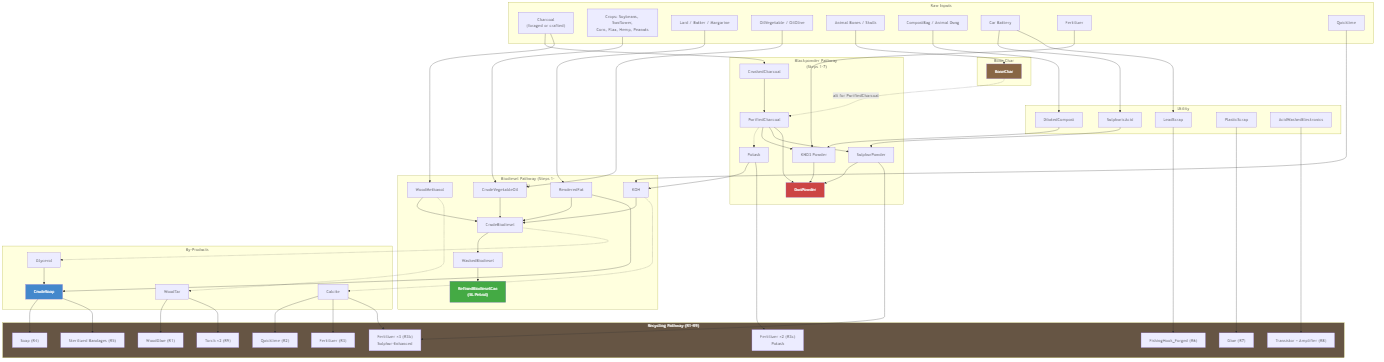
Earlier version of the Mermaid export docs/images/recipe-overview.png (phobos-dthorga/mod-pz-chemistry-pathways). Its source is kept beside it as docs/mermaid-src/recipe-overview.mmd.
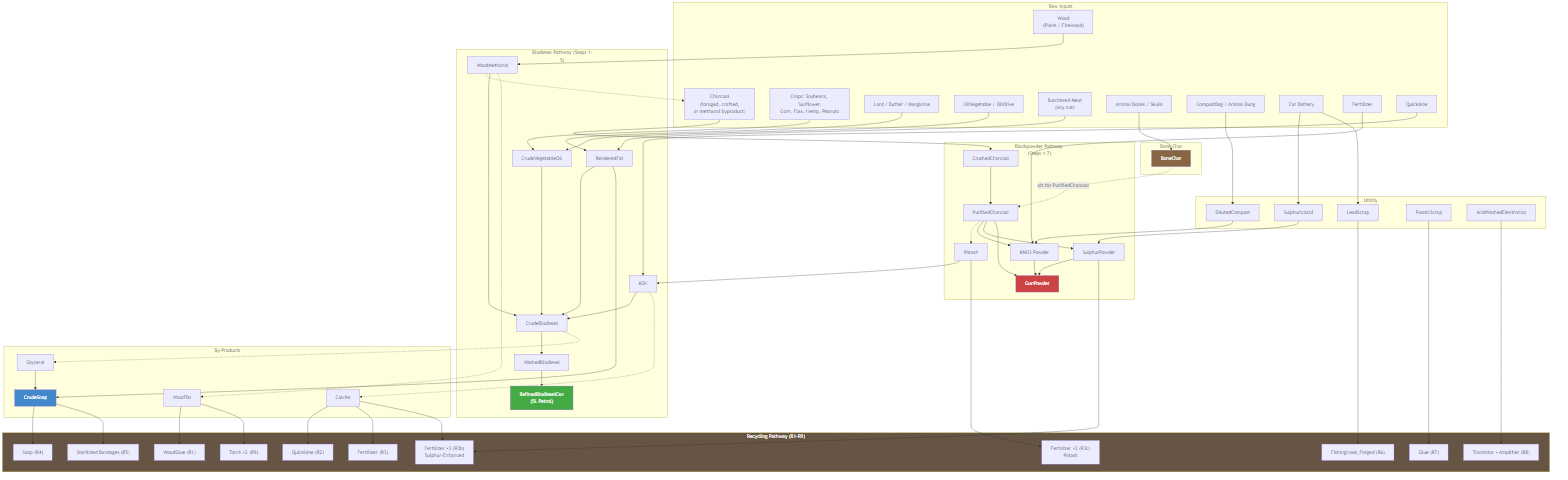
Above is the later version.

What changed in the source:
```diff
@@ -1,9 +1,11 @@
 graph TB
     subgraph INPUTS["Raw Inputs"]
-        CHARCOAL["Charcoal<br/>(foraged or crafted)"]
+        CHARCOAL["Charcoal<br/>(foraged, crafted,<br/>or methanol byproduct)"]
         CROPS["Crops: Soybeans, Sunflower,<br/>Corn, Flax, Hemp, Peanuts"]
         FATS["Lard / Butter / Margarine"]
         OILS["OilVegetable / OilOlive"]
+        MEAT["Butchered Meat<br/>(any cut)"]
+        WOOD["Wood<br/>(Plank / Firewood)"]
         BONES["Animal Bones / Skulls"]
         COMPOST["CompostBag / Animal Dung"]
         BATTERY["Car Battery"]
@@ -80,7 +82,9 @@
     CROPS --> CRUDE_OIL
     OILS --> CRUDE_OIL
     FATS --> RENDERED
-    CHARCOAL --> METHANOL
+    MEAT --> RENDERED
+    WOOD --> METHANOL
+    METHANOL -.-> CHARCOAL
     POTASH --> KOH
     QLIME --> KOH
     CRUDE_OIL --> CRUDE_BD
```
